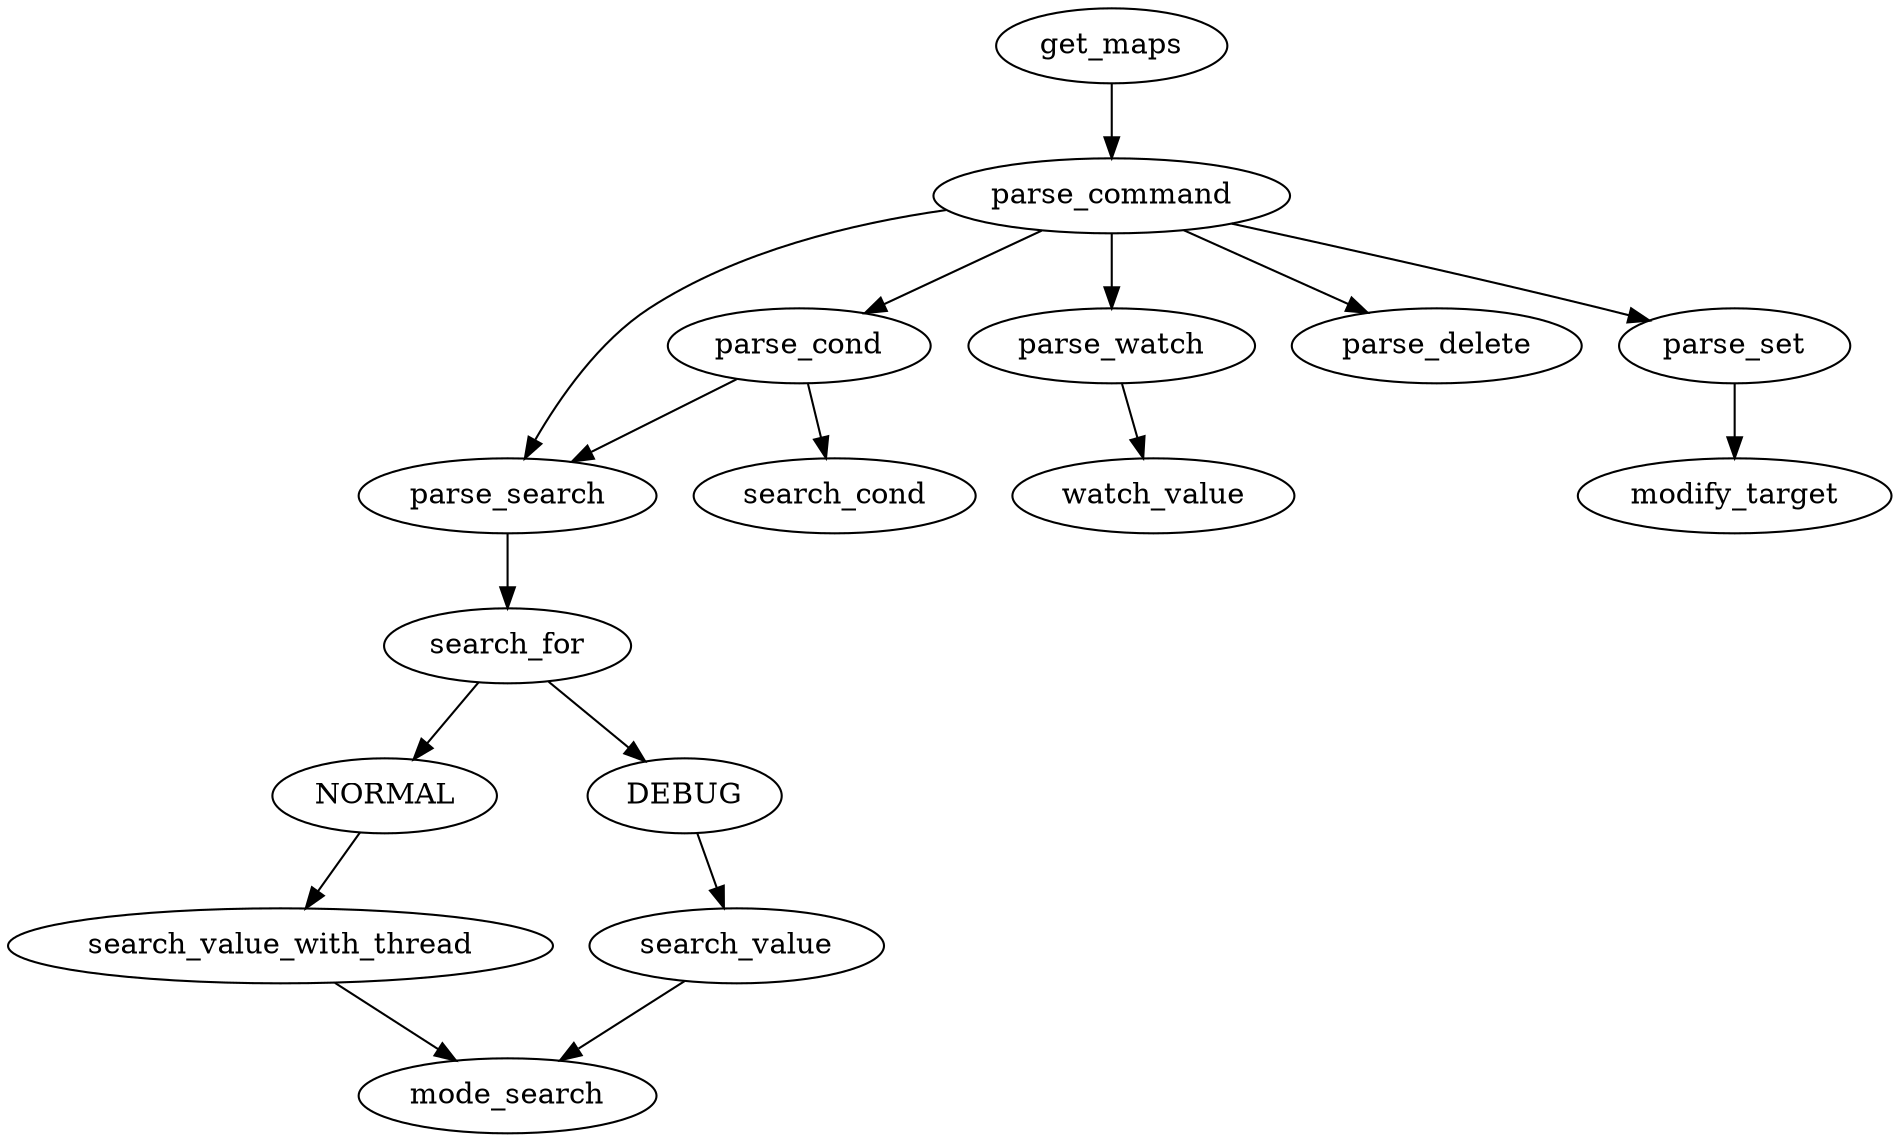
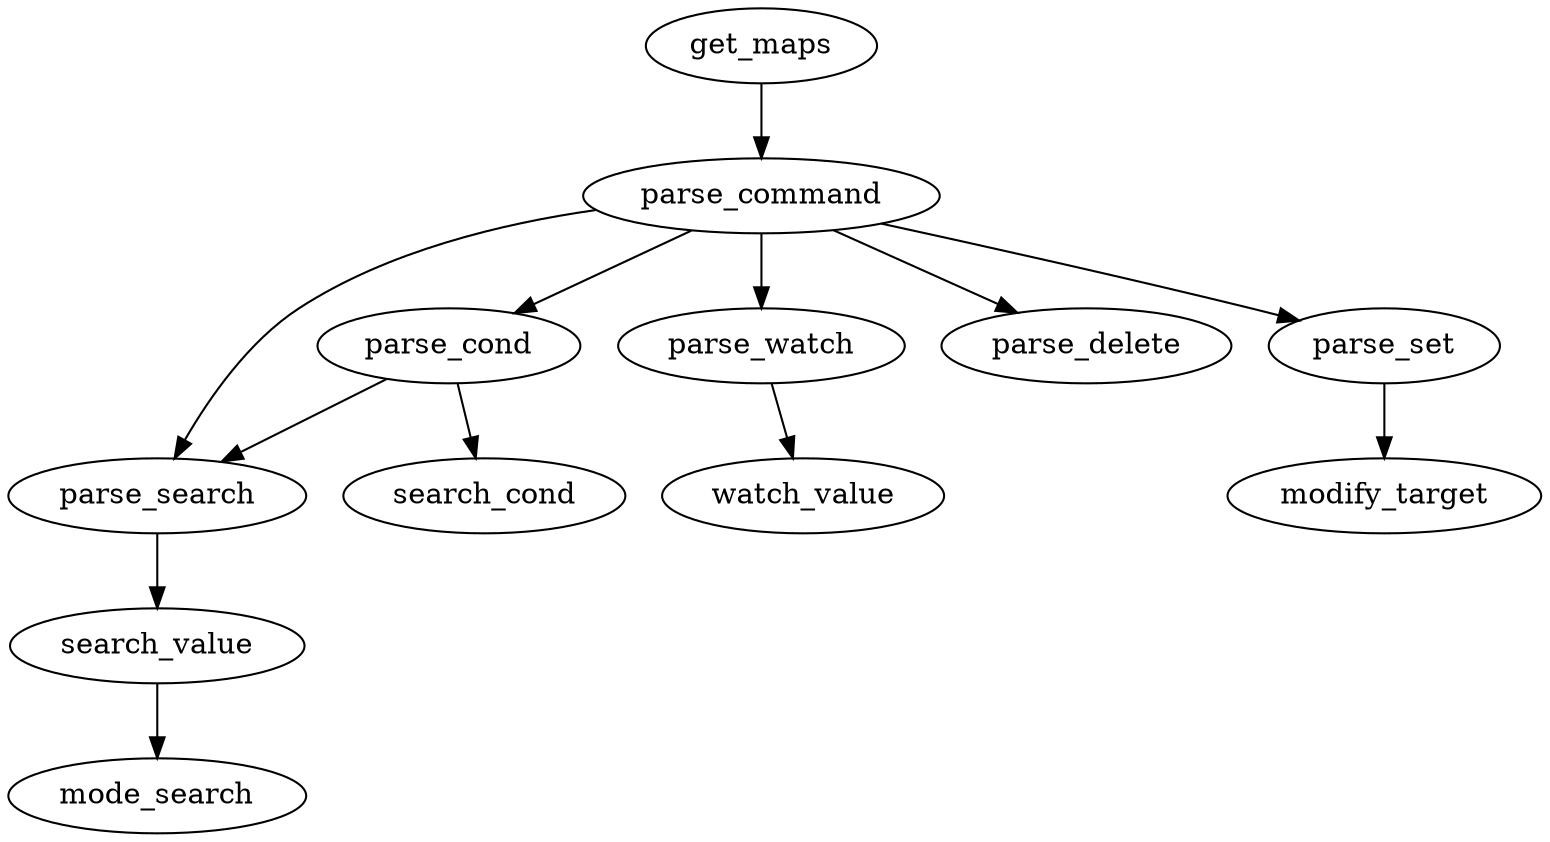
digraph G {
	get_maps -> parse_command
-     	parse_command -> parse_search -> search_for -> NORMAL
- 	NORMAL -> search_value_with_thread -> mode_search;
- 	search_for -> DEBUG
- 	DEBUG -> search_value -> mode_search;
+     	parse_command -> parse_search -> search_value -> mode_search;
	parse_command -> parse_cond -> search_cond;
	parse_cond -> parse_search
      	parse_command -> parse_watch -> watch_value;
        parse_command -> parse_delete;
        parse_command -> parse_set -> modify_target;
}